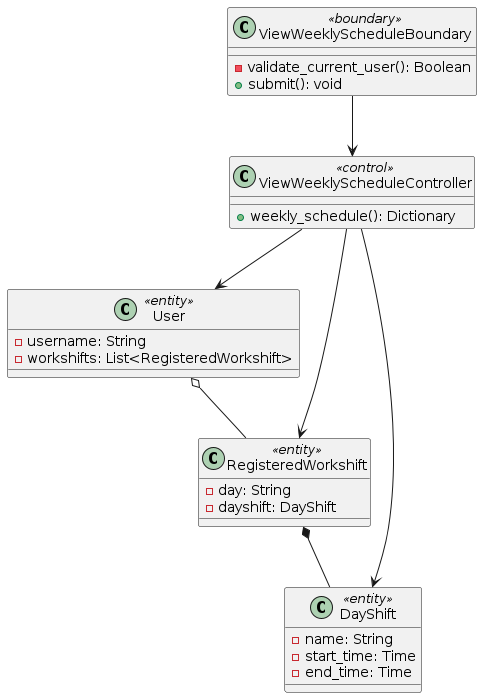
Earlier version of the PlantUML export docs/UML/Class Diagrams/view-weekly-schedule.png (LapTQ/MCT). Its diagram source:
```plantuml
@startuml


class ViewWeeklyScheduleBoundary <<boundary>> {

    - validate_current_user(): Boolean
    + submit(): void
}

class ViewWeeklyScheduleController <<control>> {

    + weekly_schedule(): Dictionary
}

class User <<entity>> {
    - username: String
    - workshifts: List<RegisteredWorkshift>
}

class RegisteredWorkshift <<entity>> {
    - day: String
    - dayshift: DayShift
}

class DayShift <<entity>> {
    - name: String
    - start_time: Time
    - end_time: Time
}

ViewWeeklyScheduleBoundary --> ViewWeeklyScheduleController
ViewWeeklyScheduleController --> User
ViewWeeklyScheduleController --> RegisteredWorkshift
ViewWeeklyScheduleController --> DayShift
User o-- RegisteredWorkshift
RegisteredWorkshift *-- DayShift


@enduml
```
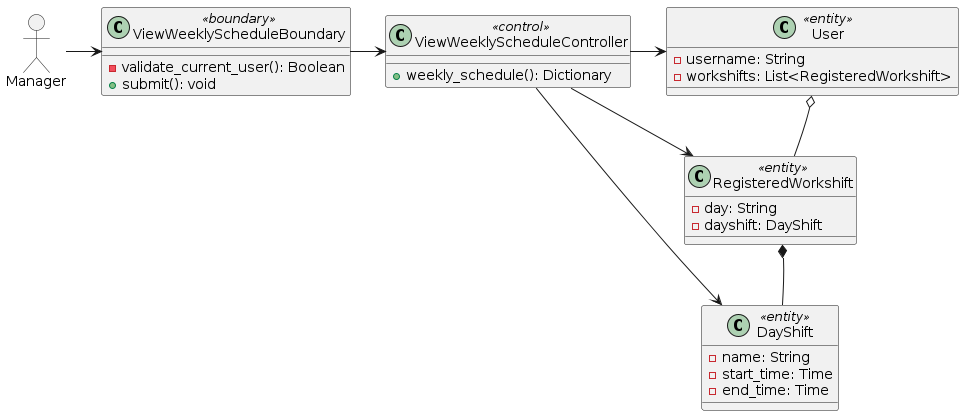
After the commit.

The edit, as a diff of the source:
```diff
@@ -1,5 +1,8 @@
 @startuml
 
+allowmixing
+
+actor Manager
 
 class ViewWeeklyScheduleBoundary <<boundary>> {
 
@@ -28,10 +31,13 @@
     - end_time: Time
 }
 
-ViewWeeklyScheduleBoundary --> ViewWeeklyScheduleController
-ViewWeeklyScheduleController --> User
+Manager -> ViewWeeklyScheduleBoundary
+ViewWeeklyScheduleBoundary -right-> ViewWeeklyScheduleController
+ViewWeeklyScheduleController -right-> User
 ViewWeeklyScheduleController --> RegisteredWorkshift
 ViewWeeklyScheduleController --> DayShift
+User -[hidden]d- RegisteredWorkshift
+RegisteredWorkshift -[hidden]d- DayShift
 User o-- RegisteredWorkshift
 RegisteredWorkshift *-- DayShift
 
```
